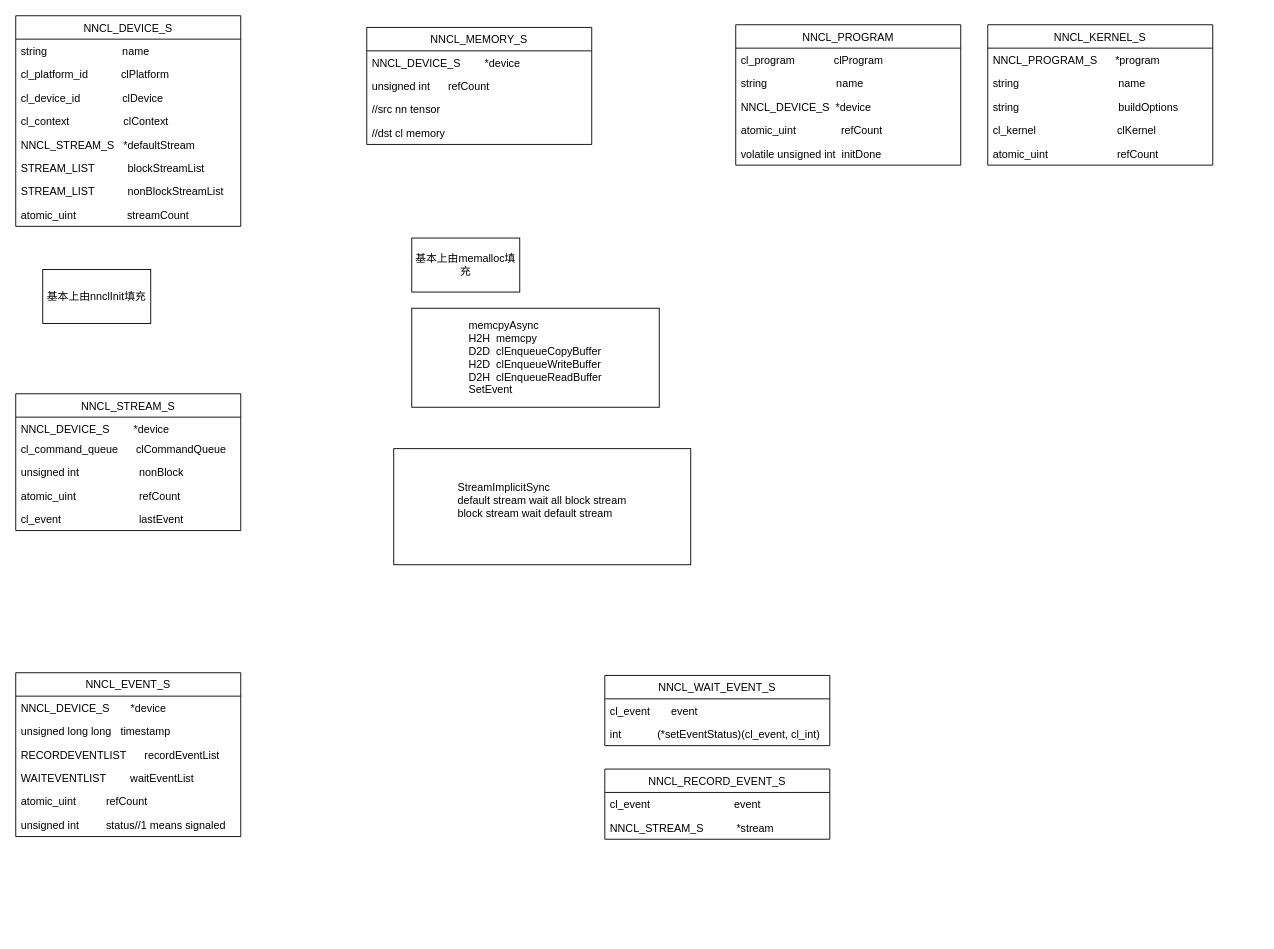
Above: page "Page-1" (1 of 3) of streamevent.drawio in sudocloud/draw.io (draw.io), before the change. Source tidied: cells renumbered, new cells numbered last; positions are measured from the earlier drawing's top-left corner, leaving out a move shared by most shapes. Both pictures are drawn from the tidied source at 90%, with x=0, y=0 at pixel (15, 15).
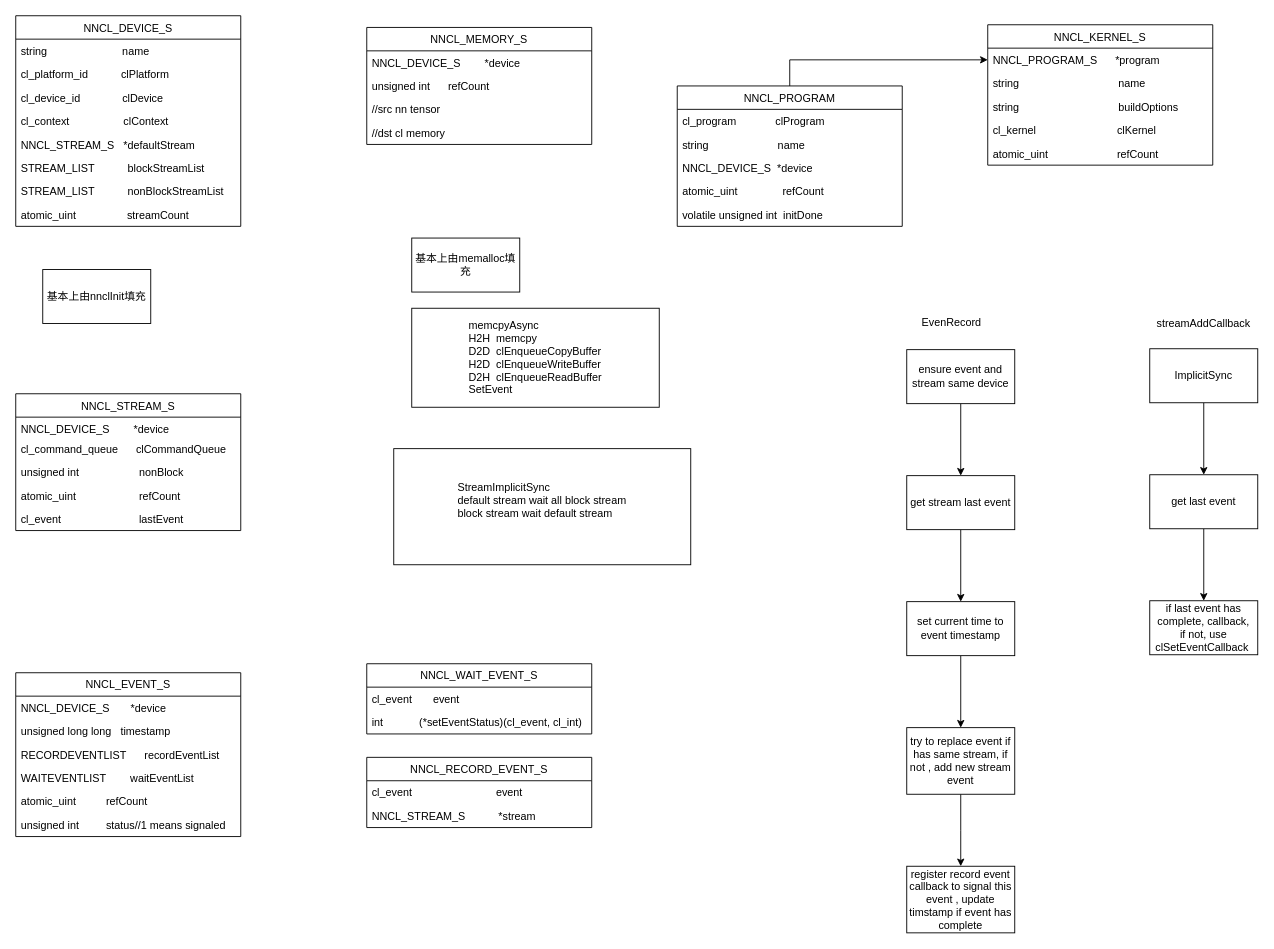
The same page after the edit.

The change refers to these unchanged cells:
```xml
<mxCell id="29" value="NNCL_PROGRAM_S      *program" style="text;strokeColor=none;fillColor=none;align=left;verticalAlign=top;spacingLeft=4;spacingRight=4;overflow=hidden;points=[[0,0.5],[1,0.5]];portConstraint=eastwest;" parent="28" vertex="1">
  <mxGeometry y="26" width="250" height="26" as="geometry" />
</mxCell>
```

What changed in the source:
```diff
@@
+    <mxCell id="51" style="edgeStyle=orthogonalEdgeStyle;rounded=0;jettySize=auto;html=1;" parent="1" edge="1" source="22" target="29">
+      <mxGeometry relative="1" as="geometry" />
+    </mxCell>
     <mxCell id="22" value="NNCL_PROGRAM" style="swimlane;fontStyle=0;horizontal=1;startSize=26;fillColor=none;" parent="1" vertex="1">
-      <mxGeometry x="800" y="10" width="250" height="156" as="geometry" />
+      <mxGeometry x="735" y="78" width="250" height="156" as="geometry" />
     </mxCell>
@@
     <mxCell id="34" value="NNCL_WAIT_EVENT_S" style="swimlane;fontStyle=0;horizontal=1;startSize=26;fillColor=none;" parent="1" vertex="1">
-      <mxGeometry x="654.5" y="733" width="250" height="78" as="geometry" />
+      <mxGeometry x="390" y="720" width="250" height="78" as="geometry" />
     </mxCell>
@@
     <mxCell id="37" value="NNCL_RECORD_EVENT_S" style="swimlane;fontStyle=0;horizontal=1;startSize=26;fillColor=none;" parent="1" vertex="1">
-      <mxGeometry x="654.5" y="837" width="250" height="78" as="geometry" />
+      <mxGeometry x="390" y="824" width="250" height="78" as="geometry" />
     </mxCell>
@@
+    <mxCell id="52" style="edgeStyle=orthogonalEdgeStyle;rounded=0;jettySize=auto;html=1;" parent="1" edge="1" source="53" target="55">
+      <mxGeometry relative="1" as="geometry" />
+    </mxCell>
+    <mxCell id="53" value="ensure event and stream same device" style="rounded=0;whiteSpace=wrap;html=1;" parent="1" vertex="1">
+      <mxGeometry x="990" y="371" width="120" height="60" as="geometry" />
+    </mxCell>
+    <mxCell id="54" style="edgeStyle=orthogonalEdgeStyle;rounded=0;jettySize=auto;html=1;" parent="1" edge="1" source="55" target="57">
+      <mxGeometry relative="1" as="geometry" />
+    </mxCell>
+    <mxCell id="55" value="get stream last event" style="rounded=0;whiteSpace=wrap;html=1;" parent="1" vertex="1">
+      <mxGeometry x="990" y="511" width="120" height="60" as="geometry" />
+    </mxCell>
+    <mxCell id="56" style="edgeStyle=orthogonalEdgeStyle;rounded=0;jettySize=auto;html=1;" parent="1" edge="1" source="57" target="59">
+      <mxGeometry relative="1" as="geometry" />
+    </mxCell>
+    <mxCell id="57" value="set current time to event timestamp" style="rounded=0;whiteSpace=wrap;html=1;" parent="1" vertex="1">
+      <mxGeometry x="990" y="651" width="120" height="60" as="geometry" />
+    </mxCell>
+    <mxCell id="58" style="edgeStyle=orthogonalEdgeStyle;rounded=0;jettySize=auto;html=1;" parent="1" edge="1" source="59">
+      <mxGeometry relative="1" as="geometry">
+        <mxPoint x="1050" y="945" as="targetPoint" />
+      </mxGeometry>
+    </mxCell>
+    <mxCell id="59" value="try to replace event if has same stream, if not , add new stream event" style="rounded=0;whiteSpace=wrap;html=1;" parent="1" vertex="1">
+      <mxGeometry x="990" y="791" width="120" height="74" as="geometry" />
+    </mxCell>
+    <mxCell id="60" value="register record event callback to signal this event , update timstamp if event has complete" style="rounded=0;whiteSpace=wrap;html=1;" parent="1" vertex="1">
+      <mxGeometry x="990" y="945" width="120" height="74" as="geometry" />
+    </mxCell>
+    <mxCell id="61" value="EvenRecord" style="text;html=1;" parent="1" vertex="1">
+      <mxGeometry x="1005" y="327" width="90" height="30" as="geometry" />
+    </mxCell>
+    <mxCell id="62" style="edgeStyle=orthogonalEdgeStyle;rounded=0;jettySize=auto;html=1;" parent="1" edge="1" source="63" target="65">
+      <mxGeometry relative="1" as="geometry" />
+    </mxCell>
+    <mxCell id="63" value="ImplicitSync" style="rounded=0;whiteSpace=wrap;html=1;" parent="1" vertex="1">
+      <mxGeometry x="1260" y="370" width="120" height="60" as="geometry" />
+    </mxCell>
+    <mxCell id="64" style="edgeStyle=orthogonalEdgeStyle;rounded=0;jettySize=auto;html=1;" parent="1" edge="1" source="65" target="66">
+      <mxGeometry relative="1" as="geometry" />
+    </mxCell>
+    <mxCell id="65" value="get last event" style="rounded=0;whiteSpace=wrap;html=1;" parent="1" vertex="1">
+      <mxGeometry x="1260" y="510" width="120" height="60" as="geometry" />
+    </mxCell>
+    <mxCell id="66" value="if last event has complete, callback,&lt;br&gt;if not, use clSetEventCallback&amp;nbsp;&lt;br&gt;" style="rounded=0;whiteSpace=wrap;html=1;" parent="1" vertex="1">
+      <mxGeometry x="1260" y="650" width="120" height="60" as="geometry" />
+    </mxCell>
+    <mxCell id="67" value="streamAddCallback&lt;br&gt;" style="text;html=1;strokeColor=none;fillColor=none;align=center;verticalAlign=middle;whiteSpace=wrap;rounded=0;" parent="1" vertex="1">
+      <mxGeometry x="1300" y="332" width="40" height="20" as="geometry" />
+    </mxCell>
```
